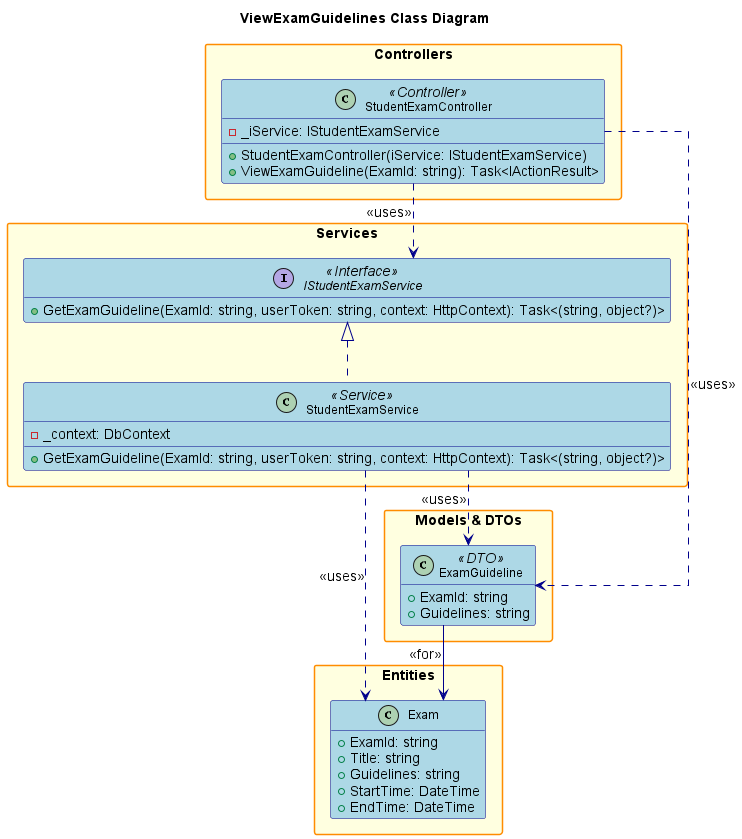
This is design/out/viewexamguidelines/viewexamguidelines.png from conghoan1211/AI-Kiosk-Testing-system, a PlantUML export, as it was before one commit.
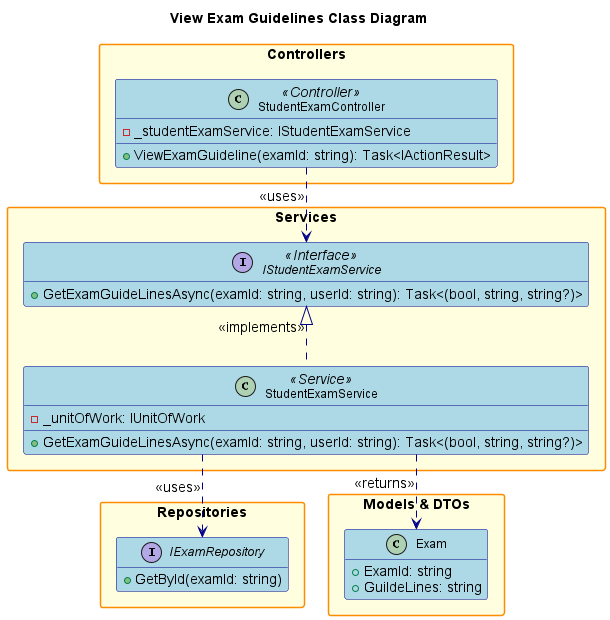
Above is the later version.

Diff of the diagram source:
```diff
@@ -1,6 +1,4 @@
 @startuml
-
-title ViewExamGuidelines Class Diagram
 
 hide empty members
 skinparam packageStyle rectangle
@@ -25,7 +23,6 @@
     FontSize 14
     FontStyle bold
 }
-
 skinparam interface {
     BackgroundColor LightGreen
     BorderColor DarkGreen
@@ -38,47 +35,41 @@
     FontSize 12
 }
 
+title View Exam Guidelines Class Diagram
+
 package "Controllers" {
     class StudentExamController <<Controller>> {
-        - _iService: IStudentExamService
-        + StudentExamController(iService: IStudentExamService)
-        + ViewExamGuideline(ExamId: string): Task<IActionResult>
+        - _studentExamService: IStudentExamService
+        + ViewExamGuideline(examId: string): Task<IActionResult>
     }
 }
 
 package "Services" {
     interface IStudentExamService <<Interface>> {
-        + GetExamGuideline(ExamId: string, userToken: string, context: HttpContext): Task<(string, object?)>
+        + GetExamGuideLinesAsync(examId: string, userId: string): Task<(bool, string, string?)>
     }
     class StudentExamService <<Service>> {
-        - _context: DbContext
-        + GetExamGuideline(ExamId: string, userToken: string, context: HttpContext): Task<(string, object?)>
+        - _unitOfWork: IUnitOfWork
+        + GetExamGuideLinesAsync(examId: string, userId: string): Task<(bool, string, string?)>
     }
 }
 
-package "Entities" {
-    class Exam {
-        + ExamId: string
-        + Title: string
-        + Guidelines: string
-        + StartTime: DateTime
-        + EndTime: DateTime
+package "Repositories" {
+    interface IExamRepository {
+        + GetById(examId: string)
     }
 }
 
 package "Models & DTOs" {
-    class ExamGuideline <<DTO>> {
+    class Exam {
         + ExamId: string
-        + Guidelines: string
+        + GuildeLines: string
     }
 }
 
 StudentExamController ..> IStudentExamService : <<uses>>
-StudentExamController ..> ExamGuideline : <<uses>>
-IStudentExamService <|.. StudentExamService
-StudentExamService ..> Exam : <<uses>>
-StudentExamService ..> ExamGuideline : <<uses>>
-
-ExamGuideline --> Exam : <<for>>
+IStudentExamService <|.. StudentExamService : <<implements>>
+StudentExamService ..> IExamRepository : <<uses>>
+StudentExamService ..> Exam : <<returns>>
 
 @enduml
```
